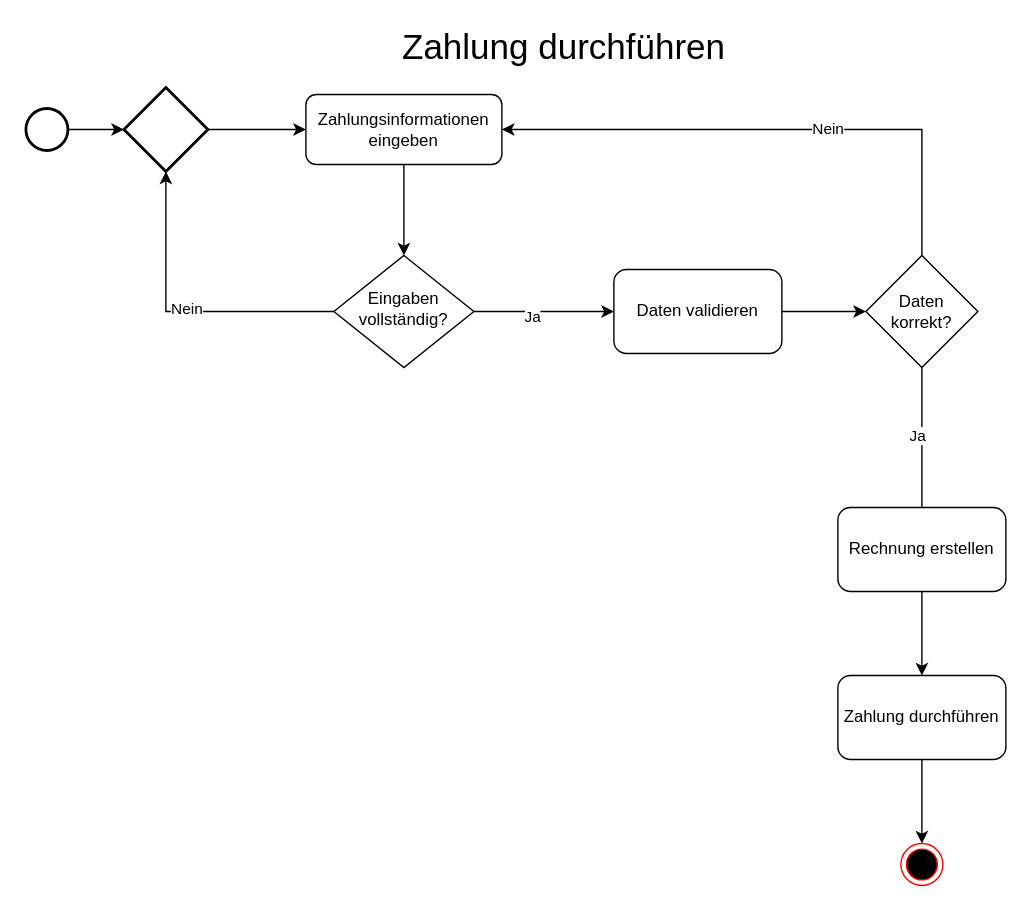
dnickel8/SGSETeam3 keeps this draw.io diagram as Diagramme/Payment/Aktivitätsdiagramm Zahlung durchführen.drawio. Above is the earlier version. Source tidied: cells renumbered, new cells numbered last; positions are measured from the earlier drawing's top-left corner, leaving out a move shared by most shapes. Both pictures are drawn from the tidied source at 140%, with x=0, y=0 at pixel (25, 31).
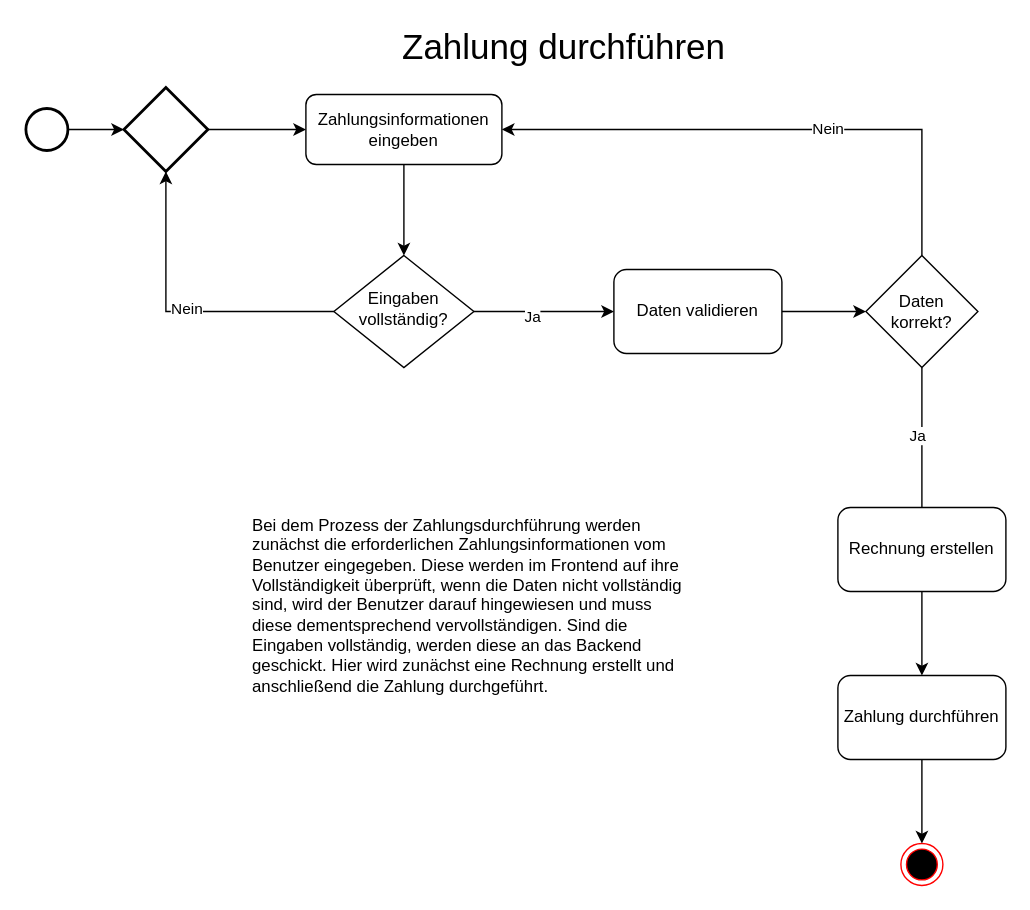
After the change.

Commit message (it also covers changes not shown here):
add texts to diagrams, add swimlane and sequence diagram

Change to the diagram source:
```diff
@@
+    <mxCell id="26" value="Bei dem Prozess der Zahlungsdurchführung werden zunächst die erforderlichen Zahlungsinformationen vom Benutzer eingegeben. Diese werden im Frontend auf ihre Vollständigkeit überprüft, wenn die Daten nicht vollständig sind, wird der Benutzer darauf hingewiesen und muss diese dementsprechend vervollständigen. Sind die Eingaben vollständig, werden diese an das Backend geschickt. Hier wird zunächst eine Rechnung erstellt und anschließend die Zahlung durchgeführt." style="text;html=1;strokeColor=none;fillColor=none;align=left;verticalAlign=middle;whiteSpace=wrap;rounded=0;" parent="1" vertex="1">
+      <mxGeometry x="160" y="260" width="310" height="300" as="geometry" />
+    </mxCell>
```
